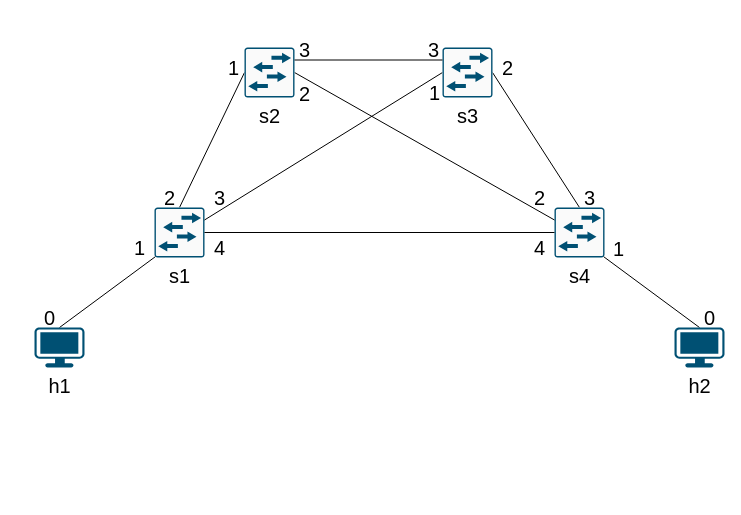
Earlier version of the draw.io diagram images/topology.drawio (davidcc73/P4-SFC-SDN). Source tidied: cells renumbered, new cells numbered last; positions are measured from the earlier drawing's top-left corner, leaving out a move shared by most shapes. Both pictures are drawn from the tidied source at 100%, with x=0, y=0 at pixel (34, 29).
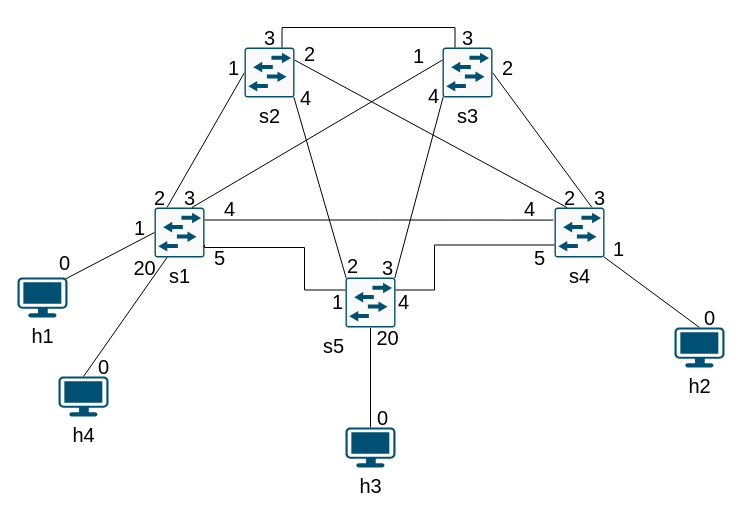
Above is the later version.

Unchanged cells that the change refers to:
```xml
<mxCell id="3" value="s1" style="sketch=0;points=[[0.015,0.015,0],[0.985,0.015,0],[0.985,0.985,0],[0.015,0.985,0],[0.25,0,0],[0.5,0,0],[0.75,0,0],[1,0.25,0],[1,0.5,0],[1,0.75,0],[0.75,1,0],[0.5,1,0],[0.25,1,0],[0,0.75,0],[0,0.5,0],[0,0.25,0]];verticalLabelPosition=bottom;html=1;verticalAlign=top;align=center;shape=mxgraph.cisco19.rect;prIcon=l2_switch;fillColor=#FAFAFA;strokeColor=#005073;hachureGap=4;jiggle=2;curveFitting=1;fontFamily=Helvetica;fontSize=20;" parent="1" vertex="1">
  <mxGeometry x="120" y="178" width="50" height="50" as="geometry" />
</mxCell>
<mxCell id="5" value="s4" style="sketch=0;points=[[0.015,0.015,0],[0.985,0.015,0],[0.985,0.985,0],[0.015,0.985,0],[0.25,0,0],[0.5,0,0],[0.75,0,0],[1,0.25,0],[1,0.5,0],[1,0.75,0],[0.75,1,0],[0.5,1,0],[0.25,1,0],[0,0.75,0],[0,0.5,0],[0,0.25,0]];verticalLabelPosition=bottom;html=1;verticalAlign=top;align=center;shape=mxgraph.cisco19.rect;prIcon=l2_switch;fillColor=#FAFAFA;strokeColor=#005073;hachureGap=4;jiggle=2;curveFitting=1;fontFamily=Helvetica;fontSize=20;" parent="1" vertex="1">
  <mxGeometry x="520" y="178" width="50" height="50" as="geometry" />
</mxCell>
<mxCell id="7" value="s3" style="sketch=0;points=[[0.015,0.015,0],[0.985,0.015,0],[0.985,0.985,0],[0.015,0.985,0],[0.25,0,0],[0.5,0,0],[0.75,0,0],[1,0.25,0],[1,0.5,0],[1,0.75,0],[0.75,1,0],[0.5,1,0],[0.25,1,0],[0,0.75,0],[0,0.5,0],[0,0.25,0]];verticalLabelPosition=bottom;html=1;verticalAlign=top;align=center;shape=mxgraph.cisco19.rect;prIcon=l2_switch;fillColor=#FAFAFA;strokeColor=#005073;hachureGap=4;jiggle=2;curveFitting=1;fontFamily=Helvetica;fontSize=20;" parent="1" vertex="1">
  <mxGeometry x="408" y="18" width="50" height="50" as="geometry" />
</mxCell>
<mxCell id="9" value="s2" style="sketch=0;points=[[0.015,0.015,0],[0.985,0.015,0],[0.985,0.985,0],[0.015,0.985,0],[0.25,0,0],[0.5,0,0],[0.75,0,0],[1,0.25,0],[1,0.5,0],[1,0.75,0],[0.75,1,0],[0.5,1,0],[0.25,1,0],[0,0.75,0],[0,0.5,0],[0,0.25,0]];verticalLabelPosition=bottom;html=1;verticalAlign=top;align=center;shape=mxgraph.cisco19.rect;prIcon=l2_switch;fillColor=#FAFAFA;strokeColor=#005073;hachureGap=4;jiggle=2;curveFitting=1;fontFamily=Helvetica;fontSize=20;" parent="1" vertex="1">
  <mxGeometry x="210" y="18" width="50" height="50" as="geometry" />
</mxCell>
```

What changed in the source:
```diff
@@
-    <mxCell id="2" style="hachureGap=4;jettySize=auto;html=1;exitX=0.5;exitY=0;exitDx=0;exitDy=0;exitPerimeter=0;entryX=0;entryY=0.5;entryDx=0;entryDy=0;entryPerimeter=0;fontFamily=Helvetica;fontSize=16;rounded=1;shadow=0;strokeColor=default;startArrow=none;startFill=0;endArrow=none;endFill=0;" parent="1" edge="1" source="3" target="9">
+    <mxCell id="2" style="hachureGap=4;jettySize=auto;html=1;exitX=0.25;exitY=0;exitDx=0;exitDy=0;exitPerimeter=0;entryX=0;entryY=0.5;entryDx=0;entryDy=0;entryPerimeter=0;fontFamily=Helvetica;fontSize=16;rounded=1;shadow=0;strokeColor=default;startArrow=none;startFill=0;endArrow=none;endFill=0;" parent="1" edge="1" source="3" target="9">
       <mxGeometry relative="1" as="geometry" />
     </mxCell>
@@
-    <mxCell id="4" style="hachureGap=4;jettySize=auto;html=1;exitX=0.5;exitY=0;exitDx=0;exitDy=0;exitPerimeter=0;entryX=1;entryY=0.5;entryDx=0;entryDy=0;entryPerimeter=0;fontFamily=Helvetica;fontSize=16;rounded=1;shadow=0;strokeColor=default;startArrow=none;startFill=0;endArrow=none;endFill=0;" parent="1" edge="1" source="5" target="7">
+    <mxCell id="4" style="hachureGap=4;jettySize=auto;html=1;exitX=0.75;exitY=0;exitDx=0;exitDy=0;exitPerimeter=0;entryX=1;entryY=0.5;entryDx=0;entryDy=0;entryPerimeter=0;fontFamily=Helvetica;fontSize=16;rounded=1;shadow=0;strokeColor=default;startArrow=none;startFill=0;endArrow=none;endFill=0;" parent="1" edge="1" source="5" target="7">
       <mxGeometry relative="1" as="geometry" />
     </mxCell>
@@
-    <mxCell id="6" style="hachureGap=4;jettySize=auto;html=1;exitX=0;exitY=0.5;exitDx=0;exitDy=0;exitPerimeter=0;entryX=1;entryY=0.25;entryDx=0;entryDy=0;entryPerimeter=0;fontFamily=Helvetica;fontSize=16;rounded=1;shadow=0;strokeColor=default;startArrow=none;startFill=0;endArrow=none;endFill=0;" parent="1" edge="1" source="7" target="3">
+    <mxCell id="6" style="hachureGap=4;jettySize=auto;html=1;exitX=0;exitY=0.25;exitDx=0;exitDy=0;exitPerimeter=0;entryX=0.75;entryY=0;entryDx=0;entryDy=0;entryPerimeter=0;fontFamily=Helvetica;fontSize=16;rounded=1;shadow=0;strokeColor=default;startArrow=none;startFill=0;endArrow=none;endFill=0;" parent="1" edge="1" source="7" target="3">
       <mxGeometry relative="1" as="geometry" />
     </mxCell>
@@
-    <mxCell id="8" style="hachureGap=4;jettySize=auto;html=1;entryX=0;entryY=0.25;entryDx=0;entryDy=0;entryPerimeter=0;fontFamily=Helvetica;fontSize=16;rounded=1;shadow=0;strokeColor=default;startArrow=none;startFill=0;endArrow=none;endFill=0;exitX=1;exitY=0.5;exitDx=0;exitDy=0;exitPerimeter=0;" parent="1" edge="1" source="9" target="5">
+    <mxCell id="8" style="hachureGap=4;jettySize=auto;html=1;entryX=0.25;entryY=0;entryDx=0;entryDy=0;entryPerimeter=0;fontFamily=Helvetica;fontSize=16;rounded=1;shadow=0;strokeColor=default;startArrow=none;startFill=0;endArrow=none;endFill=0;exitX=1;exitY=0.25;exitDx=0;exitDy=0;exitPerimeter=0;" parent="1" edge="1" source="9" target="5">
       <mxGeometry relative="1" as="geometry" />
     </mxCell>
+    <mxCell id="32" style="edgeStyle=none;hachureGap=4;jettySize=auto;html=1;exitX=0.985;exitY=0.985;exitDx=0;exitDy=0;exitPerimeter=0;entryX=0.015;entryY=0.015;entryDx=0;entryDy=0;entryPerimeter=0;fontFamily=Architects Daughter;fontSize=16;endArrow=none;endFill=0;strokeColor=default;rounded=0;shadow=0;" parent="1" edge="1" source="9" target="34">
+      <mxGeometry relative="1" as="geometry" />
+    </mxCell>
@@
-    <mxCell id="10" style="hachureGap=4;jettySize=auto;html=1;exitX=0.5;exitY=0;exitDx=0;exitDy=0;exitPerimeter=0;entryX=0.015;entryY=0.985;entryDx=0;entryDy=0;entryPerimeter=0;fontFamily=Helvetica;fontSize=16;rounded=1;shadow=0;strokeColor=default;startArrow=none;startFill=0;endArrow=none;endFill=0;" parent="1" edge="1" source="11" target="3">
+    <mxCell id="10" style="hachureGap=4;jettySize=auto;html=1;exitX=0.97;exitY=0.03;exitDx=0;exitDy=0;exitPerimeter=0;entryX=0;entryY=0.5;entryDx=0;entryDy=0;entryPerimeter=0;fontFamily=Helvetica;fontSize=16;rounded=1;shadow=0;strokeColor=default;startArrow=none;startFill=0;endArrow=none;endFill=0;" parent="1" edge="1" source="11" target="3">
       <mxGeometry relative="1" as="geometry" />
     </mxCell>
     <mxCell id="11" value="h1" style="points=[[0.03,0.03,0],[0.5,0,0],[0.97,0.03,0],[1,0.4,0],[0.97,0.745,0],[0.5,1,0],[0.03,0.745,0],[0,0.4,0]];verticalLabelPosition=bottom;sketch=0;html=1;verticalAlign=top;align=center;shape=mxgraph.cisco19.workstation;fillColor=#005073;strokeColor=none;hachureGap=4;jiggle=2;curveFitting=1;fontFamily=Helvetica;fontSize=20;" parent="1" vertex="1">
-      <mxGeometry y="298" width="50" height="40" as="geometry" />
+      <mxGeometry x="-17" y="248" width="50" height="40" as="geometry" />
     </mxCell>
@@
     <mxCell id="14" value="0" style="text;html=1;align=center;verticalAlign=middle;strokeColor=none;fillColor=none;fontSize=20;fontFamily=Helvetica;" parent="1" vertex="1">
-      <mxGeometry y="268" width="30" height="40" as="geometry" />
+      <mxGeometry x="15" y="213" width="30" height="40" as="geometry" />
     </mxCell>
@@
     <mxCell id="16" value="1" style="text;html=1;align=center;verticalAlign=middle;strokeColor=none;fillColor=none;fontSize=20;fontFamily=Helvetica;" parent="1" vertex="1">
-      <mxGeometry x="90" y="198" width="30" height="40" as="geometry" />
+      <mxGeometry x="90" y="178" width="30" height="40" as="geometry" />
     </mxCell>
@@
     <mxCell id="19" value="1" style="text;html=1;align=center;verticalAlign=middle;strokeColor=none;fillColor=none;fontSize=20;fontFamily=Helvetica;" parent="1" vertex="1">
-      <mxGeometry x="385" y="43" width="30" height="40" as="geometry" />
+      <mxGeometry x="369" y="6" width="30" height="40" as="geometry" />
     </mxCell>
     <mxCell id="20" value="2" style="text;html=1;align=center;verticalAlign=middle;strokeColor=none;fillColor=none;fontSize=20;fontFamily=Helvetica;" parent="1" vertex="1">
-      <mxGeometry x="120" y="148" width="30" height="40" as="geometry" />
+      <mxGeometry x="110" y="148" width="30" height="40" as="geometry" />
     </mxCell>
     <mxCell id="21" value="3" style="text;html=1;align=center;verticalAlign=middle;strokeColor=none;fillColor=none;fontSize=20;fontFamily=Helvetica;" parent="1" vertex="1">
-      <mxGeometry x="170" y="148" width="30" height="40" as="geometry" />
+      <mxGeometry x="140" y="148" width="30" height="40" as="geometry" />
     </mxCell>
     <mxCell id="22" value="2" style="text;html=1;align=center;verticalAlign=middle;strokeColor=none;fillColor=none;fontSize=20;fontFamily=Helvetica;" parent="1" vertex="1">
-      <mxGeometry x="255" y="44" width="30" height="40" as="geometry" />
+      <mxGeometry x="260" y="4" width="30" height="40" as="geometry" />
     </mxCell>
     <mxCell id="23" value="2" style="text;html=1;align=center;verticalAlign=middle;points=[];strokeColor=none;fillColor=none;fontSize=20;fontFamily=Helvetica;" parent="1" vertex="1">
-      <mxGeometry x="490" y="148" width="30" height="40" as="geometry" />
+      <mxGeometry x="520" y="148" width="30" height="40" as="geometry" />
     </mxCell>
@@
     <mxCell id="25" value="3" style="text;html=1;align=center;verticalAlign=middle;strokeColor=none;fillColor=none;fontSize=20;fontFamily=Helvetica;" parent="1" vertex="1">
-      <mxGeometry x="540" y="148" width="30" height="40" as="geometry" />
+      <mxGeometry x="550" y="148" width="30" height="40" as="geometry" />
     </mxCell>
-    <mxCell id="26" style="edgeStyle=orthogonalEdgeStyle;rounded=0;jettySize=auto;html=1;exitX=1;exitY=0.5;exitDx=0;exitDy=0;exitPerimeter=0;entryX=0;entryY=0.5;entryDx=0;entryDy=0;entryPerimeter=0;endArrow=none;endFill=0;" parent="1" edge="1" source="3" target="5">
+    <mxCell id="26" style="edgeStyle=orthogonalEdgeStyle;rounded=0;jettySize=auto;html=1;exitX=1;exitY=0.25;exitDx=0;exitDy=0;exitPerimeter=0;entryX=-0.04;entryY=1.065;entryDx=0;entryDy=0;entryPerimeter=0;endArrow=none;endFill=0;" parent="1" edge="1" source="3" target="23">
       <mxGeometry relative="1" as="geometry" />
     </mxCell>
     <mxCell id="27" value="4" style="text;html=1;align=center;verticalAlign=middle;strokeColor=none;fillColor=none;fontSize=20;fontFamily=Helvetica;" parent="1" vertex="1">
-      <mxGeometry x="170" y="198" width="30" height="40" as="geometry" />
+      <mxGeometry x="180" y="159" width="30" height="40" as="geometry" />
     </mxCell>
     <mxCell id="28" value="4" style="text;html=1;align=center;verticalAlign=middle;strokeColor=none;fillColor=none;fontSize=20;fontFamily=Helvetica;" parent="1" vertex="1">
-      <mxGeometry x="490" y="198" width="30" height="40" as="geometry" />
+      <mxGeometry x="480" y="159" width="30" height="40" as="geometry" />
     </mxCell>
-    <mxCell id="29" style="edgeStyle=orthogonalEdgeStyle;rounded=0;jettySize=auto;html=1;exitX=1;exitY=0.25;exitDx=0;exitDy=0;exitPerimeter=0;entryX=0;entryY=0.25;entryDx=0;entryDy=0;entryPerimeter=0;endArrow=none;endFill=0;" parent="1" edge="1" source="9" target="7">
+    <mxCell id="29" style="edgeStyle=orthogonalEdgeStyle;rounded=0;jettySize=auto;html=1;exitX=0.75;exitY=0;exitDx=0;exitDy=0;exitPerimeter=0;entryX=0.25;entryY=0;entryDx=0;entryDy=0;entryPerimeter=0;endArrow=none;endFill=0;" parent="1" edge="1" source="9" target="7">
       <mxGeometry relative="1" as="geometry" />
     </mxCell>
     <mxCell id="30" value="3" style="text;html=1;align=center;verticalAlign=middle;strokeColor=none;fillColor=none;fontSize=20;fontFamily=Helvetica;" parent="1" vertex="1">
-      <mxGeometry x="384" width="30" height="40" as="geometry" />
+      <mxGeometry x="418" y="-12" width="30" height="40" as="geometry" />
     </mxCell>
     <mxCell id="31" value="3" style="text;html=1;align=center;verticalAlign=middle;strokeColor=none;fillColor=none;fontSize=20;fontFamily=Helvetica;" parent="1" vertex="1">
-      <mxGeometry x="255" width="30" height="40" as="geometry" />
+      <mxGeometry x="220" y="-12" width="30" height="40" as="geometry" />
     </mxCell>
+    <mxCell id="33" style="edgeStyle=none;rounded=0;hachureGap=4;jettySize=auto;html=1;exitX=0.5;exitY=1;exitDx=0;exitDy=0;exitPerimeter=0;entryX=0.5;entryY=0;entryDx=0;entryDy=0;entryPerimeter=0;shadow=0;strokeColor=default;fontFamily=Architects Daughter;fontSize=16;endArrow=none;endFill=0;" parent="1" edge="1" source="34" target="46">
+      <mxGeometry relative="1" as="geometry" />
+    </mxCell>
+    <mxCell id="34" value="s5" style="sketch=0;points=[[0.015,0.015,0],[0.985,0.015,0],[0.985,0.985,0],[0.015,0.985,0],[0.25,0,0],[0.5,0,0],[0.75,0,0],[1,0.25,0],[1,0.5,0],[1,0.75,0],[0.75,1,0],[0.5,1,0],[0.25,1,0],[0,0.75,0],[0,0.5,0],[0,0.25,0]];verticalLabelPosition=bottom;html=1;verticalAlign=top;align=right;shape=mxgraph.cisco19.rect;prIcon=l2_switch;fillColor=#FAFAFA;strokeColor=#005073;hachureGap=4;jiggle=2;curveFitting=1;fontFamily=Helvetica;fontSize=20;labelBackgroundColor=none;labelPosition=left;" parent="1" vertex="1">
+      <mxGeometry x="311" y="248" width="50" height="50" as="geometry" />
+    </mxCell>
+    <mxCell id="35" value="5" style="text;html=1;align=center;verticalAlign=middle;strokeColor=none;fillColor=none;fontSize=20;fontFamily=Helvetica;" parent="1" vertex="1">
+      <mxGeometry x="170" y="208" width="30" height="40" as="geometry" />
+    </mxCell>
+    <mxCell id="36" value="5" style="text;html=1;align=center;verticalAlign=middle;strokeColor=none;fillColor=none;fontSize=20;fontFamily=Helvetica;" parent="1" vertex="1">
+      <mxGeometry x="490" y="208" width="30" height="40" as="geometry" />
+    </mxCell>
+    <mxCell id="37" style="edgeStyle=orthogonalEdgeStyle;rounded=0;jettySize=auto;html=1;entryX=0;entryY=0.25;entryDx=0;entryDy=0;entryPerimeter=0;endArrow=none;endFill=0;exitX=1;exitY=0.75;exitDx=0;exitDy=0;exitPerimeter=0;" parent="1" edge="1" source="3" target="34">
+      <mxGeometry relative="1" as="geometry">
+        <Array as="points">
+          <mxPoint x="170" y="218" />
+          <mxPoint x="270" y="218" />
+          <mxPoint x="270" y="261" />
+        </Array>
+      </mxGeometry>
+    </mxCell>
+    <mxCell id="38" style="edgeStyle=orthogonalEdgeStyle;rounded=0;jettySize=auto;html=1;entryX=0;entryY=0.75;entryDx=0;entryDy=0;entryPerimeter=0;endArrow=none;endFill=0;exitX=1;exitY=0.25;exitDx=0;exitDy=0;exitPerimeter=0;" parent="1" edge="1" source="34" target="5">
+      <mxGeometry relative="1" as="geometry">
+        <Array as="points">
+          <mxPoint x="400" y="261" />
+          <mxPoint x="400" y="216" />
+        </Array>
+      </mxGeometry>
+    </mxCell>
+    <mxCell id="39" value="1" style="text;html=1;align=center;verticalAlign=middle;strokeColor=none;fillColor=none;fontSize=20;fontFamily=Helvetica;" parent="1" vertex="1">
+      <mxGeometry x="288" y="252" width="30" height="40" as="geometry" />
+    </mxCell>
+    <mxCell id="40" value="4" style="text;html=1;align=center;verticalAlign=middle;strokeColor=none;fillColor=none;fontSize=20;fontFamily=Helvetica;" parent="1" vertex="1">
+      <mxGeometry x="354" y="252" width="30" height="40" as="geometry" />
+    </mxCell>
+    <mxCell id="41" style="edgeStyle=none;hachureGap=4;jettySize=auto;html=1;exitX=0.015;exitY=0.985;exitDx=0;exitDy=0;exitPerimeter=0;entryX=0.985;entryY=0.015;entryDx=0;entryDy=0;entryPerimeter=0;fontFamily=Architects Daughter;fontSize=16;endArrow=none;endFill=0;strokeColor=default;rounded=0;shadow=0;" parent="1" edge="1" source="7" target="34">
+      <mxGeometry relative="1" as="geometry" />
+    </mxCell>
+    <mxCell id="42" value="2" style="text;html=1;align=center;verticalAlign=middle;strokeColor=none;fillColor=none;fontSize=20;fontFamily=Helvetica;" parent="1" vertex="1">
+      <mxGeometry x="303" y="216" width="30" height="40" as="geometry" />
+    </mxCell>
+    <mxCell id="43" value="3" style="text;html=1;align=center;verticalAlign=middle;strokeColor=none;fillColor=none;fontSize=20;fontFamily=Helvetica;" parent="1" vertex="1">
+      <mxGeometry x="338" y="218" width="30" height="40" as="geometry" />
+    </mxCell>
+    <mxCell id="44" value="4" style="text;html=1;align=center;verticalAlign=middle;strokeColor=none;fillColor=none;fontSize=20;fontFamily=Helvetica;" parent="1" vertex="1">
+      <mxGeometry x="384" y="46" width="30" height="40" as="geometry" />
+    </mxCell>
+    <mxCell id="45" value="4" style="text;html=1;align=center;verticalAlign=middle;strokeColor=none;fillColor=none;fontSize=20;fontFamily=Helvetica;" parent="1" vertex="1">
+      <mxGeometry x="256" y="48" width="30" height="40" as="geometry" />
+    </mxCell>
+    <mxCell id="46" value="h3" style="points=[[0.03,0.03,0],[0.5,0,0],[0.97,0.03,0],[1,0.4,0],[0.97,0.745,0],[0.5,1,0],[0.03,0.745,0],[0,0.4,0]];verticalLabelPosition=bottom;sketch=0;html=1;verticalAlign=top;align=center;shape=mxgraph.cisco19.workstation;fillColor=#005073;strokeColor=none;hachureGap=4;jiggle=2;curveFitting=1;fontFamily=Helvetica;fontSize=20;" parent="1" vertex="1">
+      <mxGeometry x="311" y="398" width="50" height="40" as="geometry" />
+    </mxCell>
+    <mxCell id="47" value="h4" style="points=[[0.03,0.03,0],[0.5,0,0],[0.97,0.03,0],[1,0.4,0],[0.97,0.745,0],[0.5,1,0],[0.03,0.745,0],[0,0.4,0]];verticalLabelPosition=bottom;sketch=0;html=1;verticalAlign=top;align=center;shape=mxgraph.cisco19.workstation;fillColor=#005073;strokeColor=none;hachureGap=4;jiggle=2;curveFitting=1;fontFamily=Helvetica;fontSize=20;" parent="1" vertex="1">
+      <mxGeometry x="24" y="347" width="50" height="40" as="geometry" />
+    </mxCell>
+    <mxCell id="48" value="0" style="text;html=1;align=center;verticalAlign=middle;strokeColor=none;fillColor=none;fontSize=20;fontFamily=Helvetica;" parent="1" vertex="1">
+      <mxGeometry x="333" y="368" width="30" height="40" as="geometry" />
+    </mxCell>
+    <mxCell id="49" value="0" style="text;html=1;align=center;verticalAlign=middle;strokeColor=none;fillColor=none;fontSize=20;fontFamily=Helvetica;" parent="1" vertex="1">
+      <mxGeometry x="54" y="317" width="30" height="40" as="geometry" />
+    </mxCell>
+    <mxCell id="50" value="20" style="text;html=1;align=center;verticalAlign=middle;strokeColor=none;fillColor=none;fontSize=20;fontFamily=Helvetica;" parent="1" vertex="1">
+      <mxGeometry x="328" y="288" width="50" height="40" as="geometry" />
+    </mxCell>
+    <mxCell id="51" style="hachureGap=4;jettySize=auto;html=1;exitX=0.5;exitY=0;exitDx=0;exitDy=0;exitPerimeter=0;entryX=0.25;entryY=1;entryDx=0;entryDy=0;entryPerimeter=0;fontFamily=Helvetica;fontSize=16;rounded=1;shadow=0;strokeColor=default;startArrow=none;startFill=0;endArrow=none;endFill=0;" parent="1" edge="1" source="47" target="3">
+      <mxGeometry relative="1" as="geometry" />
+    </mxCell>
+    <mxCell id="52" value="20" style="text;html=1;align=center;verticalAlign=middle;strokeColor=none;fillColor=none;fontSize=20;fontFamily=Helvetica;" parent="1" vertex="1">
+      <mxGeometry x="85" y="218" width="50" height="40" as="geometry" />
+    </mxCell>
```
